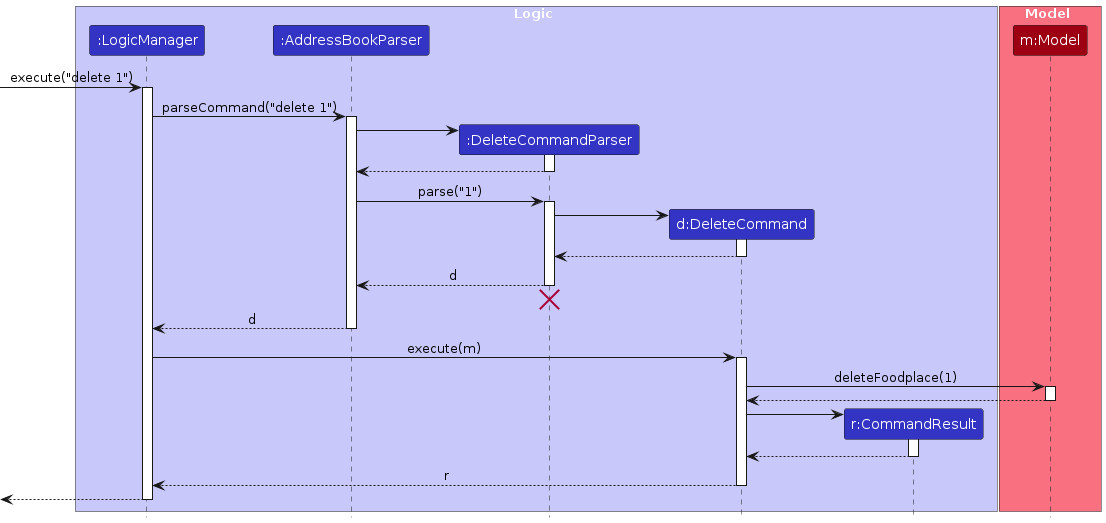
AY2526S1-CS2103T-W14-2/tp keeps this PlantUML diagram as diagrams/DeleteSequenceDiagram.png. Above is the earlier version. Its source is kept beside it as diagrams/DeleteSequenceDiagram.puml. Source of this version:
```plantuml
@startuml
!include style.puml
skinparam ArrowFontStyle plain

box Logic LOGIC_COLOR_T1
participant ":LogicManager" as LogicManager LOGIC_COLOR
participant ":AddressBookParser" as AddressBookParser LOGIC_COLOR
participant ":DeleteCommandParser" as DeleteCommandParser LOGIC_COLOR
participant "d:DeleteCommand" as DeleteCommand LOGIC_COLOR
participant "r:CommandResult" as CommandResult LOGIC_COLOR
end box

box Model MODEL_COLOR_T1
participant "m:Model" as Model MODEL_COLOR
end box

[-> LogicManager : execute("delete 1")
activate LogicManager

LogicManager -> AddressBookParser : parseCommand("delete 1")
activate AddressBookParser

create DeleteCommandParser
AddressBookParser -> DeleteCommandParser
activate DeleteCommandParser

DeleteCommandParser --> AddressBookParser
deactivate DeleteCommandParser

AddressBookParser -> DeleteCommandParser : parse("1")
activate DeleteCommandParser

create DeleteCommand
DeleteCommandParser -> DeleteCommand
activate DeleteCommand

DeleteCommand --> DeleteCommandParser :
deactivate DeleteCommand

DeleteCommandParser --> AddressBookParser : d
deactivate DeleteCommandParser
DeleteCommandParser -[hidden]-> AddressBookParser
destroy DeleteCommandParser

AddressBookParser --> LogicManager : d
deactivate AddressBookParser

LogicManager -> DeleteCommand : execute(m)
activate DeleteCommand

DeleteCommand -> Model : deleteFoodplace(1)
activate Model

Model --> DeleteCommand
deactivate Model

create CommandResult
DeleteCommand -> CommandResult
activate CommandResult

CommandResult --> DeleteCommand
deactivate CommandResult

DeleteCommand --> LogicManager : r
deactivate DeleteCommand

[<--LogicManager
deactivate LogicManager
@enduml
```
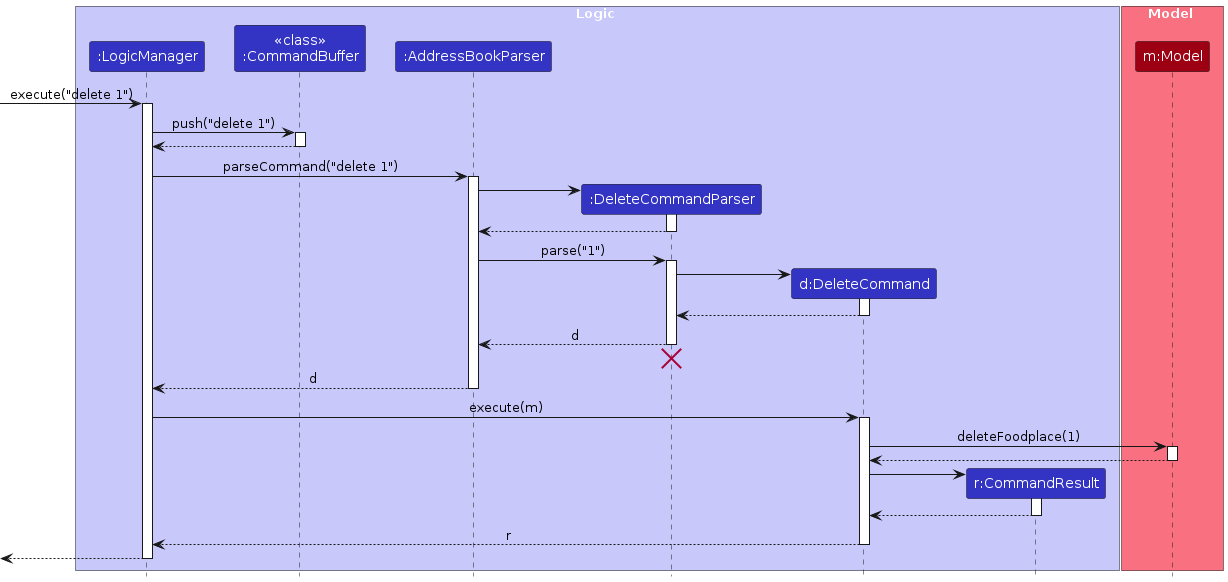
After the commit.

The edit, as a diff of the source:
```diff
@@ -1,9 +1,10 @@
-@startuml
+@startuml DeleteSequenceDiagram
 !include style.puml
 skinparam ArrowFontStyle plain
 
 box Logic LOGIC_COLOR_T1
 participant ":LogicManager" as LogicManager LOGIC_COLOR
+participant "<<class>>\n:CommandBuffer" as CommandBuffer LOGIC_COLOR
 participant ":AddressBookParser" as AddressBookParser LOGIC_COLOR
 participant ":DeleteCommandParser" as DeleteCommandParser LOGIC_COLOR
 participant "d:DeleteCommand" as DeleteCommand LOGIC_COLOR
@@ -16,6 +17,11 @@
 
 [-> LogicManager : execute("delete 1")
 activate LogicManager
+
+LogicManager -> CommandBuffer : push("delete 1")
+activate CommandBuffer
+CommandBuffer --> LogicManager
+deactivate CommandBuffer
 
 LogicManager -> AddressBookParser : parseCommand("delete 1")
 activate AddressBookParser
```
